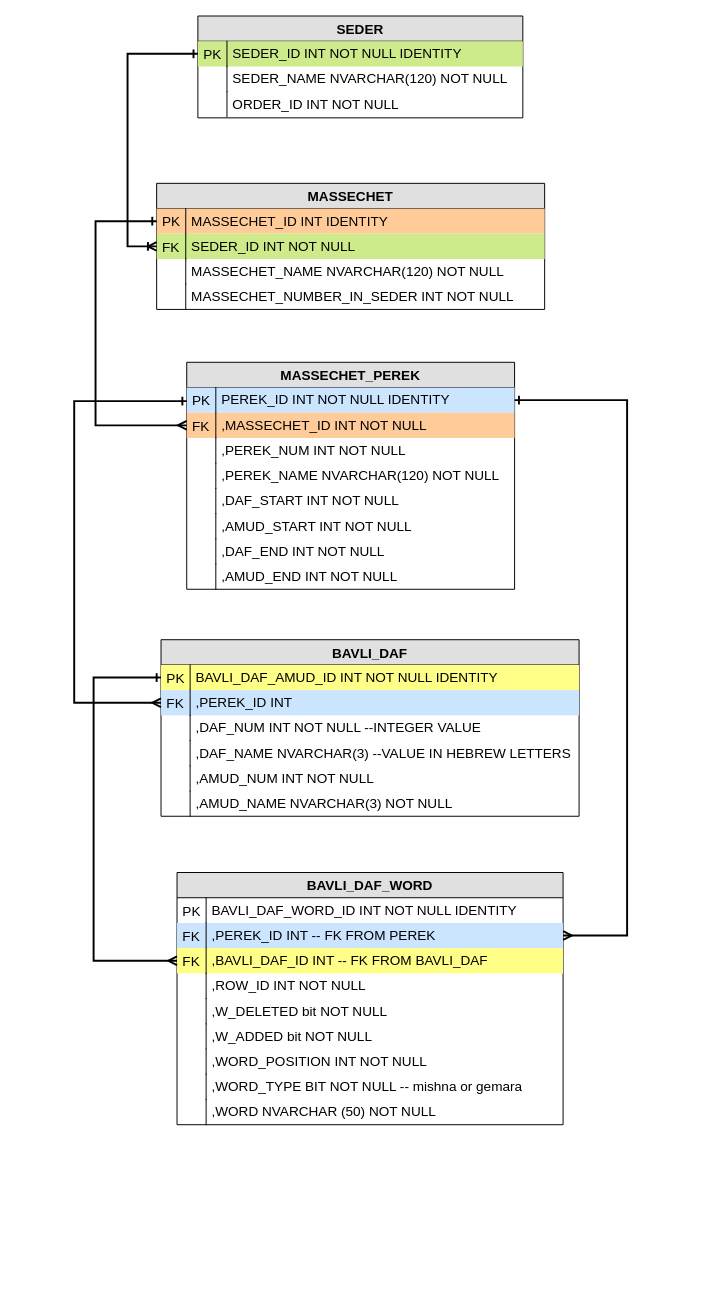
This is db_drawings/KimeTsion.drawio from mdanielov/limud-kodesh, a draw.io file, before an edit. Source tidied: cells renumbered, new cells numbered last; positions are measured from the earlier drawing's top-left corner, leaving out a move shared by most shapes. Both pictures are drawn from the tidied source at 97%, with x=0, y=0 at pixel (74, 16).
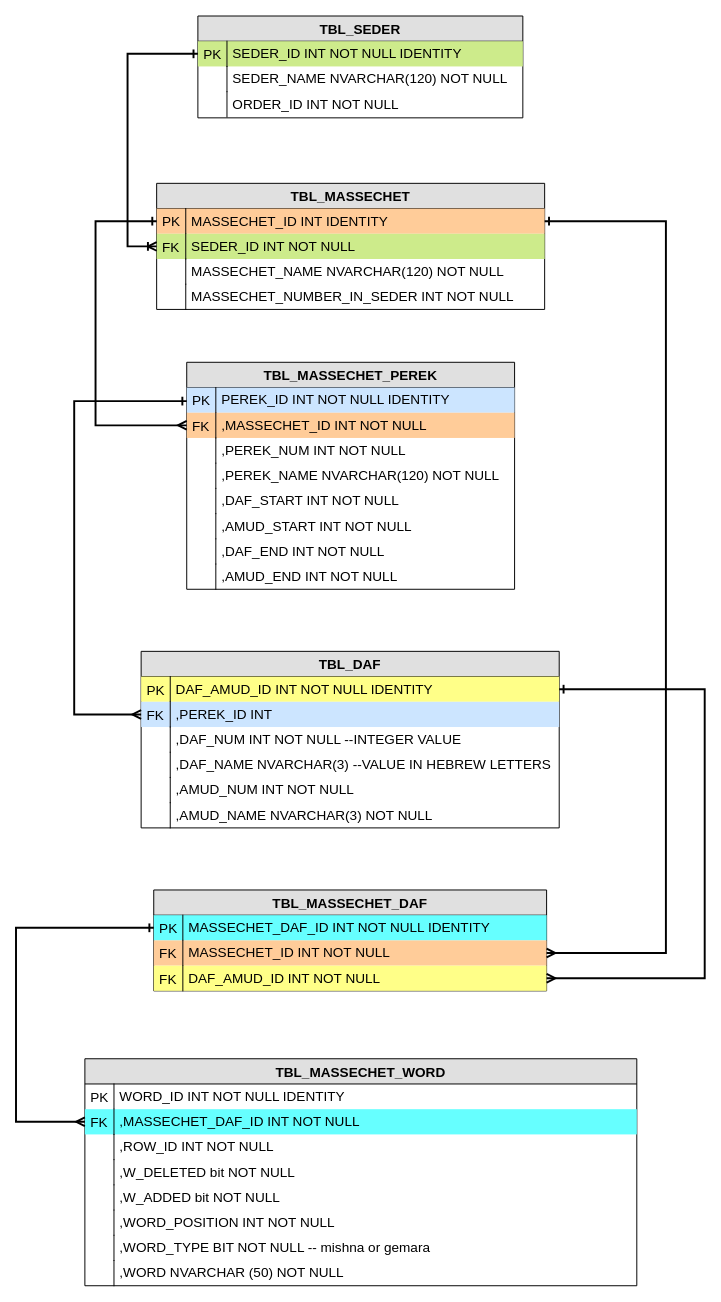
Above is the later version.

Unchanged cells that the change refers to:
```xml
<mxCell id="10" value="MASSECHET_ID INT IDENTITY" style="shape=partialRectangle;top=0;left=0;right=0;bottom=0;align=left;verticalAlign=top;spacingTop=-2;fillColor=#ffcc99;spacingLeft=34;spacingRight=4;overflow=hidden;points=[[0,0.5],[1,0.5]];portConstraint=eastwest;strokeColor=#36393d;fontSize=14;" parent="9" vertex="1">
  <mxGeometry y="26" width="400" height="26" as="geometry" />
</mxCell>
<mxCell id="19" value="PEREK_ID INT NOT NULL IDENTITY" style="shape=partialRectangle;top=0;left=0;right=0;bottom=0;align=left;verticalAlign=top;spacingTop=-2;fillColor=#cce5ff;spacingLeft=34;spacingRight=4;overflow=hidden;points=[[0,0.5],[1,0.5]];portConstraint=eastwest;strokeColor=#36393d;fontSize=14;" parent="18" vertex="1">
  <mxGeometry y="26" width="338" height="26" as="geometry" />
</mxCell>
<mxCell id="40" value=",PEREK_ID INT" style="shape=partialRectangle;top=0;left=0;right=0;bottom=0;align=left;verticalAlign=top;spacingTop=-2;fillColor=#cce5ff;spacingLeft=34;spacingRight=4;overflow=hidden;points=[[0,0.5],[1,0.5]];portConstraint=eastwest;strokeColor=#36393d;fontSize=14;" parent="37" vertex="1">
  <mxGeometry y="52" width="431" height="26" as="geometry" />
</mxCell>
```

What changed in the source:
```diff
@@
-    <mxCell id="2" value="SEDER" style="swimlane;fontStyle=1;horizontal=1;startSize=26;fillColor=#e0e0e0;swimlaneFillColor=#ffffff;align=center;fontSize=14;" parent="1" vertex="1">
+    <mxCell id="2" value="TBL_SEDER" style="swimlane;fontStyle=1;horizontal=1;startSize=26;fillColor=#e0e0e0;swimlaneFillColor=#ffffff;align=center;fontSize=14;" parent="1" vertex="1">
       <mxGeometry x="127.5" width="335" height="105" as="geometry" />
     </mxCell>
@@
-    <mxCell id="9" value="MASSECHET" style="swimlane;fontStyle=1;horizontal=1;startSize=26;fillColor=#e0e0e0;swimlaneFillColor=#ffffff;align=center;fontSize=14;" parent="1" vertex="1">
+    <mxCell id="9" value="TBL_MASSECHET" style="swimlane;fontStyle=1;horizontal=1;startSize=26;fillColor=#e0e0e0;swimlaneFillColor=#ffffff;align=center;fontSize=14;" parent="1" vertex="1">
       <mxGeometry x="85" y="172.5" width="400" height="130" as="geometry" />
     </mxCell>
@@
-    <mxCell id="18" value="MASSECHET_PEREK" style="swimlane;fontStyle=1;horizontal=1;startSize=26;fillColor=#e0e0e0;swimlaneFillColor=#ffffff;align=center;fontSize=14;" parent="1" vertex="1">
+    <mxCell id="18" value="TBL_MASSECHET_PEREK" style="swimlane;fontStyle=1;horizontal=1;startSize=26;fillColor=#e0e0e0;swimlaneFillColor=#ffffff;align=center;fontSize=14;" parent="1" vertex="1">
       <mxGeometry x="116" y="357" width="338" height="234" as="geometry" />
     </mxCell>
@@
-    <mxCell id="37" value="BAVLI_DAF" style="swimlane;fontStyle=1;horizontal=1;startSize=26;fillColor=#e0e0e0;swimlaneFillColor=#ffffff;align=center;fontSize=14;" parent="1" vertex="1">
-      <mxGeometry x="89.5" y="643" width="431" height="182" as="geometry" />
+    <mxCell id="37" value="TBL_DAF" style="swimlane;fontStyle=1;horizontal=1;startSize=26;fillColor=#e0e0e0;swimlaneFillColor=#ffffff;align=center;fontSize=14;" parent="1" vertex="1">
+      <mxGeometry x="69" y="655" width="431" height="182" as="geometry" />
     </mxCell>
-    <mxCell id="38" value="BAVLI_DAF_AMUD_ID INT NOT NULL IDENTITY" style="shape=partialRectangle;top=0;left=0;right=0;bottom=0;align=left;verticalAlign=top;spacingTop=-2;fillColor=#ffff88;spacingLeft=34;spacingRight=4;overflow=hidden;points=[[0,0.5],[1,0.5]];portConstraint=eastwest;strokeColor=#36393d;fontSize=14;" parent="37" vertex="1">
+    <mxCell id="38" value="DAF_AMUD_ID INT NOT NULL IDENTITY" style="shape=partialRectangle;top=0;left=0;right=0;bottom=0;align=left;verticalAlign=top;spacingTop=-2;fillColor=#ffff88;spacingLeft=34;spacingRight=4;overflow=hidden;points=[[0,0.5],[1,0.5]];portConstraint=eastwest;strokeColor=#36393d;fontSize=14;" parent="37" vertex="1">
       <mxGeometry y="26" width="431" height="26" as="geometry" />
     </mxCell>
@@
-    <mxCell id="50" value="BAVLI_DAF_WORD" style="swimlane;fontStyle=1;horizontal=1;startSize=26;fillColor=#e0e0e0;swimlaneFillColor=#ffffff;align=center;fontSize=14;" parent="1" vertex="1">
-      <mxGeometry x="106" y="883" width="398" height="260" as="geometry" />
-    </mxCell>
-    <mxCell id="51" value="BAVLI_DAF_WORD_ID INT NOT NULL IDENTITY" style="shape=partialRectangle;top=0;left=0;right=0;bottom=0;align=left;verticalAlign=top;spacingTop=-2;fillColor=none;spacingLeft=34;spacingRight=4;overflow=hidden;fontSize=14;" parent="50" vertex="1">
-      <mxGeometry y="26" width="398" height="26" as="geometry" />
-    </mxCell>
-    <mxCell id="52" value="PK" style="shape=partialRectangle;top=0;left=0;bottom=0;fillColor=none;align=left;verticalAlign=middle;spacingLeft=4;spacingRight=4;overflow=hidden;fontSize=14;" parent="51" vertex="1">
-      <mxGeometry width="30" height="26" as="geometry" />
-    </mxCell>
-    <mxCell id="53" value=",PEREK_ID INT -- FK FROM PEREK" style="shape=partialRectangle;top=0;left=0;right=0;bottom=0;align=left;verticalAlign=top;spacingTop=-2;fillColor=#cce5ff;spacingLeft=34;spacingRight=4;overflow=hidden;points=[[0,0.5],[1,0.5]];portConstraint=eastwest;strokeColor=#36393d;fontSize=14;" parent="50" vertex="1">
-      <mxGeometry y="52" width="398" height="26" as="geometry" />
-    </mxCell>
-    <mxCell id="54" value="FK" style="shape=partialRectangle;top=0;left=0;bottom=0;fillColor=none;align=left;verticalAlign=middle;spacingLeft=4;spacingRight=4;overflow=hidden;fontSize=14;" parent="53" vertex="1">
-      <mxGeometry width="30" height="26" as="geometry" />
-    </mxCell>
-    <mxCell id="55" value=",BAVLI_DAF_ID INT -- FK FROM BAVLI_DAF" style="shape=partialRectangle;top=0;left=0;right=0;bottom=0;align=left;verticalAlign=top;spacingTop=-2;fillColor=#ffff88;spacingLeft=34;spacingRight=4;overflow=hidden;points=[[0,0.5],[1,0.5]];portConstraint=eastwest;strokeColor=#36393d;fontSize=14;" parent="50" vertex="1">
-      <mxGeometry y="78" width="398" height="26" as="geometry" />
-    </mxCell>
-    <mxCell id="56" value="FK" style="shape=partialRectangle;top=0;left=0;bottom=0;fillColor=none;align=left;verticalAlign=middle;spacingLeft=4;spacingRight=4;overflow=hidden;fontSize=14;" parent="55" vertex="1">
-      <mxGeometry width="30" height="26" as="geometry" />
-    </mxCell>
+    <mxCell id="69" style="edgeStyle=orthogonalEdgeStyle;rounded=0;jettySize=auto;html=1;entryX=0;entryY=0.5;entryDx=0;entryDy=0;startArrow=ERone;startFill=0;endArrow=ERmany;endFill=0;strokeWidth=2;" parent="1" edge="1" source="19" target="40">
+      <mxGeometry relative="1" as="geometry">
+        <Array as="points">
+          <mxPoint y="397" />
+          <mxPoint y="720" />
+        </Array>
+      </mxGeometry>
+    </mxCell>
+    <mxCell id="72" value="TBL_MASSECHET_DAF" style="swimlane;fontStyle=1;horizontal=1;startSize=26;fillColor=#e0e0e0;swimlaneFillColor=#ffffff;align=center;fontSize=14;" parent="1" vertex="1">
+      <mxGeometry x="82" y="901" width="405" height="104" as="geometry" />
+    </mxCell>
+    <mxCell id="73" value="MASSECHET_DAF_ID INT NOT NULL  IDENTITY" style="shape=partialRectangle;top=0;left=0;right=0;bottom=0;align=left;verticalAlign=top;spacingTop=-2;fillColor=#66FFFF;spacingLeft=34;spacingRight=4;overflow=hidden;points=[[0,0.5],[1,0.5]];portConstraint=eastwest;fontSize=14;strokeColor=#666666;fontColor=#000000;fontStyle=0;" parent="72" vertex="1">
+      <mxGeometry y="26" width="405" height="26" as="geometry" />
+    </mxCell>
+    <mxCell id="74" value="PK" style="shape=partialRectangle;top=0;left=0;bottom=0;fillColor=none;align=left;verticalAlign=middle;spacingLeft=4;spacingRight=4;overflow=hidden;fontSize=14;" parent="73" vertex="1">
+      <mxGeometry width="30" height="26" as="geometry" />
+    </mxCell>
+    <mxCell id="75" value="MASSECHET_ID INT NOT NULL" style="shape=partialRectangle;top=0;left=0;right=0;bottom=0;align=left;verticalAlign=top;spacingTop=-2;fillColor=#ffcc99;spacingLeft=34;spacingRight=4;overflow=hidden;points=[[0,0.5],[1,0.5]];portConstraint=eastwest;fontSize=14;strokeColor=#36393d;" parent="72" vertex="1">
+      <mxGeometry y="52" width="405" height="26" as="geometry" />
+    </mxCell>
+    <mxCell id="76" value="FK" style="shape=partialRectangle;top=0;left=0;bottom=0;fillColor=none;align=left;verticalAlign=middle;spacingLeft=4;spacingRight=4;overflow=hidden;fontSize=14;" parent="75" vertex="1">
+      <mxGeometry width="30" height="26" as="geometry" />
+    </mxCell>
+    <mxCell id="77" value="DAF_AMUD_ID INT NOT NULL" style="shape=partialRectangle;top=0;left=0;right=0;bottom=0;align=left;verticalAlign=top;spacingTop=-2;fillColor=#ffff88;spacingLeft=34;spacingRight=4;overflow=hidden;points=[[0,0.5],[1,0.5]];portConstraint=eastwest;fontSize=14;strokeColor=#36393d;" parent="72" vertex="1">
+      <mxGeometry y="78" width="405" height="26" as="geometry" />
+    </mxCell>
+    <mxCell id="78" value="FK" style="shape=partialRectangle;top=0;left=0;bottom=0;fillColor=none;align=left;verticalAlign=middle;spacingLeft=4;spacingRight=4;overflow=hidden;fontSize=14;" parent="77" vertex="1">
+      <mxGeometry width="30" height="26" as="geometry" />
+    </mxCell>
+    <mxCell id="79" style="edgeStyle=orthogonalEdgeStyle;rounded=0;jettySize=auto;html=1;exitX=1;exitY=0.5;exitDx=0;exitDy=0;entryX=1;entryY=0.5;entryDx=0;entryDy=0;fontSize=14;startArrow=ERone;startFill=0;endArrow=ERmany;endFill=0;strokeWidth=2;" parent="1" edge="1" source="10" target="75">
+      <mxGeometry relative="1" as="geometry">
+        <Array as="points">
+          <mxPoint x="610" y="212" />
+          <mxPoint x="610" y="966" />
+        </Array>
+      </mxGeometry>
+    </mxCell>
+    <mxCell id="80" style="edgeStyle=orthogonalEdgeStyle;rounded=0;jettySize=auto;html=1;exitX=1;exitY=0.5;exitDx=0;exitDy=0;startArrow=ERone;startFill=0;endArrow=ERmany;endFill=0;strokeWidth=2;fontSize=14;" parent="1" edge="1" source="38" target="77">
+      <mxGeometry relative="1" as="geometry">
+        <Array as="points">
+          <mxPoint x="650" y="694" />
+          <mxPoint x="650" y="992" />
+        </Array>
+      </mxGeometry>
+    </mxCell>
+    <mxCell id="81" value="TBL_MASSECHET_WORD" style="swimlane;fontStyle=1;horizontal=1;startSize=26;fillColor=#e0e0e0;swimlaneFillColor=#ffffff;align=center;fontSize=14;" parent="1" vertex="1">
+      <mxGeometry x="11" y="1075" width="569" height="234" as="geometry" />
+    </mxCell>
+    <mxCell id="82" value="WORD_ID INT NOT NULL IDENTITY" style="shape=partialRectangle;top=0;left=0;right=0;bottom=0;align=left;verticalAlign=top;spacingTop=-2;fillColor=none;spacingLeft=34;spacingRight=4;overflow=hidden;fontSize=14;" parent="81" vertex="1">
+      <mxGeometry y="26" width="569" height="26" as="geometry" />
+    </mxCell>
+    <mxCell id="83" value="PK" style="shape=partialRectangle;top=0;left=0;bottom=0;fillColor=none;align=left;verticalAlign=middle;spacingLeft=4;spacingRight=4;overflow=hidden;fontSize=14;" parent="82" vertex="1">
+      <mxGeometry width="30" height="26" as="geometry" />
+    </mxCell>
+    <mxCell id="84" value=",MASSECHET_DAF_ID INT NOT NULL" style="shape=partialRectangle;top=0;left=0;right=0;bottom=0;align=left;verticalAlign=top;spacingTop=-2;fillColor=#66FFFF;spacingLeft=34;spacingRight=4;overflow=hidden;points=[[0,0.5],[1,0.5]];portConstraint=eastwest;fontSize=14;strokeColor=#6c8ebf;" parent="81" vertex="1">
+      <mxGeometry y="52" width="569" height="26" as="geometry" />
+    </mxCell>
+    <mxCell id="85" value="FK" style="shape=partialRectangle;top=0;left=0;bottom=0;fillColor=none;align=left;verticalAlign=middle;spacingLeft=4;spacingRight=4;overflow=hidden;fontSize=14;" parent="84" vertex="1">
+      <mxGeometry width="30" height="26" as="geometry" />
+    </mxCell>
-    <mxCell id="57" value=",ROW_ID INT NOT NULL" style="shape=partialRectangle;top=0;left=0;right=0;bottom=0;align=left;verticalAlign=top;spacingTop=-2;fillColor=none;spacingLeft=34;spacingRight=4;overflow=hidden;fontSize=14;" parent="50" vertex="1">
-      <mxGeometry y="104" width="398" height="26" as="geometry" />
+    <mxCell id="57" value=",ROW_ID INT NOT NULL" style="shape=partialRectangle;top=0;left=0;right=0;bottom=0;align=left;verticalAlign=top;spacingTop=-2;fillColor=none;spacingLeft=34;spacingRight=4;overflow=hidden;fontSize=14;" parent="81" vertex="1">
+      <mxGeometry y="78" width="569" height="26" as="geometry" />
     </mxCell>
-    <mxCell id="58" style="shape=partialRectangle;top=0;left=0;bottom=0;fillColor=none;align=left;verticalAlign=middle;spacingLeft=4;spacingRight=4;overflow=hidden;fontSize=14;" parent="57" vertex="1">
-      <mxGeometry width="30" height="26" as="geometry" />
-    </mxCell>
+    <mxCell id="86" style="shape=partialRectangle;top=0;left=0;bottom=0;fillColor=none;align=left;verticalAlign=middle;spacingLeft=4;spacingRight=4;overflow=hidden;fontSize=14;" parent="57" vertex="1">
+      <mxGeometry width="30" height="26" as="geometry" />
+    </mxCell>
-    <mxCell id="59" value=",W_DELETED bit NOT NULL" style="shape=partialRectangle;top=0;left=0;right=0;bottom=0;align=left;verticalAlign=top;spacingTop=-2;fillColor=none;spacingLeft=34;spacingRight=4;overflow=hidden;fontSize=14;" parent="50" vertex="1">
-      <mxGeometry y="130" width="398" height="26" as="geometry" />
+    <mxCell id="59" value=",W_DELETED bit NOT NULL" style="shape=partialRectangle;top=0;left=0;right=0;bottom=0;align=left;verticalAlign=top;spacingTop=-2;fillColor=none;spacingLeft=34;spacingRight=4;overflow=hidden;fontSize=14;" parent="81" vertex="1">
+      <mxGeometry y="104" width="569" height="26" as="geometry" />
     </mxCell>
-    <mxCell id="60" style="shape=partialRectangle;top=0;left=0;bottom=0;fillColor=none;align=left;verticalAlign=middle;spacingLeft=4;spacingRight=4;overflow=hidden;fontSize=14;" parent="59" vertex="1">
-      <mxGeometry width="30" height="26" as="geometry" />
-    </mxCell>
+    <mxCell id="87" style="shape=partialRectangle;top=0;left=0;bottom=0;fillColor=none;align=left;verticalAlign=middle;spacingLeft=4;spacingRight=4;overflow=hidden;fontSize=14;" parent="59" vertex="1">
+      <mxGeometry width="30" height="26" as="geometry" />
+    </mxCell>
-    <mxCell id="61" value=",W_ADDED bit NOT NULL" style="shape=partialRectangle;top=0;left=0;right=0;bottom=0;align=left;verticalAlign=top;spacingTop=-2;fillColor=none;spacingLeft=34;spacingRight=4;overflow=hidden;fontSize=14;" parent="50" vertex="1">
-      <mxGeometry y="156" width="398" height="26" as="geometry" />
+    <mxCell id="61" value=",W_ADDED bit NOT NULL" style="shape=partialRectangle;top=0;left=0;right=0;bottom=0;align=left;verticalAlign=top;spacingTop=-2;fillColor=none;spacingLeft=34;spacingRight=4;overflow=hidden;fontSize=14;" parent="81" vertex="1">
+      <mxGeometry y="130" width="569" height="26" as="geometry" />
     </mxCell>
-    <mxCell id="62" style="shape=partialRectangle;top=0;left=0;bottom=0;fillColor=none;align=left;verticalAlign=middle;spacingLeft=4;spacingRight=4;overflow=hidden;fontSize=14;" parent="61" vertex="1">
-      <mxGeometry width="30" height="26" as="geometry" />
-    </mxCell>
+    <mxCell id="88" style="shape=partialRectangle;top=0;left=0;bottom=0;fillColor=none;align=left;verticalAlign=middle;spacingLeft=4;spacingRight=4;overflow=hidden;fontSize=14;" parent="61" vertex="1">
+      <mxGeometry width="30" height="26" as="geometry" />
+    </mxCell>
-    <mxCell id="63" value=",WORD_POSITION INT NOT NULL" style="shape=partialRectangle;top=0;left=0;right=0;bottom=0;align=left;verticalAlign=top;spacingTop=-2;fillColor=none;spacingLeft=34;spacingRight=4;overflow=hidden;fontSize=14;" parent="50" vertex="1">
-      <mxGeometry y="182" width="398" height="26" as="geometry" />
+    <mxCell id="63" value=",WORD_POSITION INT NOT NULL" style="shape=partialRectangle;top=0;left=0;right=0;bottom=0;align=left;verticalAlign=top;spacingTop=-2;fillColor=none;spacingLeft=34;spacingRight=4;overflow=hidden;fontSize=14;" parent="81" vertex="1">
+      <mxGeometry y="156" width="569" height="26" as="geometry" />
     </mxCell>
-    <mxCell id="64" style="shape=partialRectangle;top=0;left=0;bottom=0;fillColor=none;align=left;verticalAlign=middle;spacingLeft=4;spacingRight=4;overflow=hidden;fontSize=14;" parent="63" vertex="1">
-      <mxGeometry width="30" height="26" as="geometry" />
-    </mxCell>
+    <mxCell id="89" style="shape=partialRectangle;top=0;left=0;bottom=0;fillColor=none;align=left;verticalAlign=middle;spacingLeft=4;spacingRight=4;overflow=hidden;fontSize=14;" parent="63" vertex="1">
+      <mxGeometry width="30" height="26" as="geometry" />
+    </mxCell>
-    <mxCell id="65" value=",WORD_TYPE BIT NOT NULL -- mishna or gemara" style="shape=partialRectangle;top=0;left=0;right=0;bottom=0;align=left;verticalAlign=top;spacingTop=-2;fillColor=none;spacingLeft=34;spacingRight=4;overflow=hidden;fontSize=14;" parent="50" vertex="1">
-      <mxGeometry y="208" width="398" height="26" as="geometry" />
+    <mxCell id="65" value=",WORD_TYPE BIT NOT NULL -- mishna or gemara" style="shape=partialRectangle;top=0;left=0;right=0;bottom=0;align=left;verticalAlign=top;spacingTop=-2;fillColor=none;spacingLeft=34;spacingRight=4;overflow=hidden;fontSize=14;" parent="81" vertex="1">
+      <mxGeometry y="182" width="569" height="26" as="geometry" />
     </mxCell>
-    <mxCell id="66" style="shape=partialRectangle;top=0;left=0;bottom=0;fillColor=none;align=left;verticalAlign=middle;spacingLeft=4;spacingRight=4;overflow=hidden;fontSize=14;" parent="65" vertex="1">
-      <mxGeometry width="30" height="26" as="geometry" />
-    </mxCell>
+    <mxCell id="90" style="shape=partialRectangle;top=0;left=0;bottom=0;fillColor=none;align=left;verticalAlign=middle;spacingLeft=4;spacingRight=4;overflow=hidden;fontSize=14;" parent="65" vertex="1">
+      <mxGeometry width="30" height="26" as="geometry" />
+    </mxCell>
-    <mxCell id="67" value=",WORD NVARCHAR (50) NOT NULL" style="shape=partialRectangle;top=0;left=0;right=0;bottom=0;align=left;verticalAlign=top;spacingTop=-2;fillColor=none;spacingLeft=34;spacingRight=4;overflow=hidden;fontSize=14;" parent="50" vertex="1">
-      <mxGeometry y="234" width="398" height="26" as="geometry" />
+    <mxCell id="67" value=",WORD NVARCHAR (50) NOT NULL" style="shape=partialRectangle;top=0;left=0;right=0;bottom=0;align=left;verticalAlign=top;spacingTop=-2;fillColor=none;spacingLeft=34;spacingRight=4;overflow=hidden;fontSize=14;" parent="81" vertex="1">
+      <mxGeometry y="208" width="569" height="26" as="geometry" />
     </mxCell>
-    <mxCell id="68" style="shape=partialRectangle;top=0;left=0;bottom=0;fillColor=none;align=left;verticalAlign=middle;spacingLeft=4;spacingRight=4;overflow=hidden;fontSize=14;" parent="67" vertex="1">
-      <mxGeometry width="30" height="26" as="geometry" />
-    </mxCell>
-    <mxCell id="69" style="edgeStyle=orthogonalEdgeStyle;rounded=0;jettySize=auto;html=1;entryX=0;entryY=0.5;entryDx=0;entryDy=0;startArrow=ERone;startFill=0;endArrow=ERmany;endFill=0;strokeWidth=2;" parent="1" edge="1" source="19" target="40">
-      <mxGeometry relative="1" as="geometry">
-        <Array as="points">
-          <mxPoint y="397" />
-          <mxPoint y="708" />
-        </Array>
-      </mxGeometry>
-    </mxCell>
-    <mxCell id="70" style="edgeStyle=orthogonalEdgeStyle;rounded=0;jettySize=auto;html=1;exitX=0;exitY=0.5;exitDx=0;exitDy=0;entryX=0;entryY=0.5;entryDx=0;entryDy=0;startArrow=ERone;startFill=0;endArrow=ERmany;endFill=0;strokeWidth=2;" parent="1" edge="1" source="38" target="55">
-      <mxGeometry relative="1" as="geometry">
-        <Array as="points">
-          <mxPoint x="20" y="681.5" />
-          <mxPoint x="20" y="973.5" />
-        </Array>
-      </mxGeometry>
-    </mxCell>
-    <mxCell id="71" style="edgeStyle=orthogonalEdgeStyle;rounded=0;jettySize=auto;html=1;exitX=1;exitY=0.5;exitDx=0;exitDy=0;entryX=1;entryY=0.5;entryDx=0;entryDy=0;startArrow=ERone;startFill=0;endArrow=ERmany;endFill=0;strokeWidth=2;" parent="1" edge="1" source="19" target="53">
-      <mxGeometry relative="1" as="geometry">
-        <Array as="points">
-          <mxPoint x="570" y="396" />
-          <mxPoint x="570" y="948" />
-        </Array>
-      </mxGeometry>
-    </mxCell>
+    <mxCell id="91" style="shape=partialRectangle;top=0;left=0;bottom=0;fillColor=none;align=left;verticalAlign=middle;spacingLeft=4;spacingRight=4;overflow=hidden;fontSize=14;" parent="67" vertex="1">
+      <mxGeometry width="30" height="26" as="geometry" />
+    </mxCell>
+    <mxCell id="92" style="edgeStyle=orthogonalEdgeStyle;rounded=0;jettySize=auto;html=1;exitX=0;exitY=0.5;exitDx=0;exitDy=0;entryX=0;entryY=0.5;entryDx=0;entryDy=0;startArrow=ERone;startFill=0;endArrow=ERmany;endFill=0;strokeWidth=2;fontSize=14;fontColor=#000000;" parent="1" edge="1" source="73" target="84">
+      <mxGeometry relative="1" as="geometry">
+        <Array as="points">
+          <mxPoint x="-60" y="940" />
+          <mxPoint x="-60" y="1140" />
+        </Array>
+      </mxGeometry>
+    </mxCell>
```
